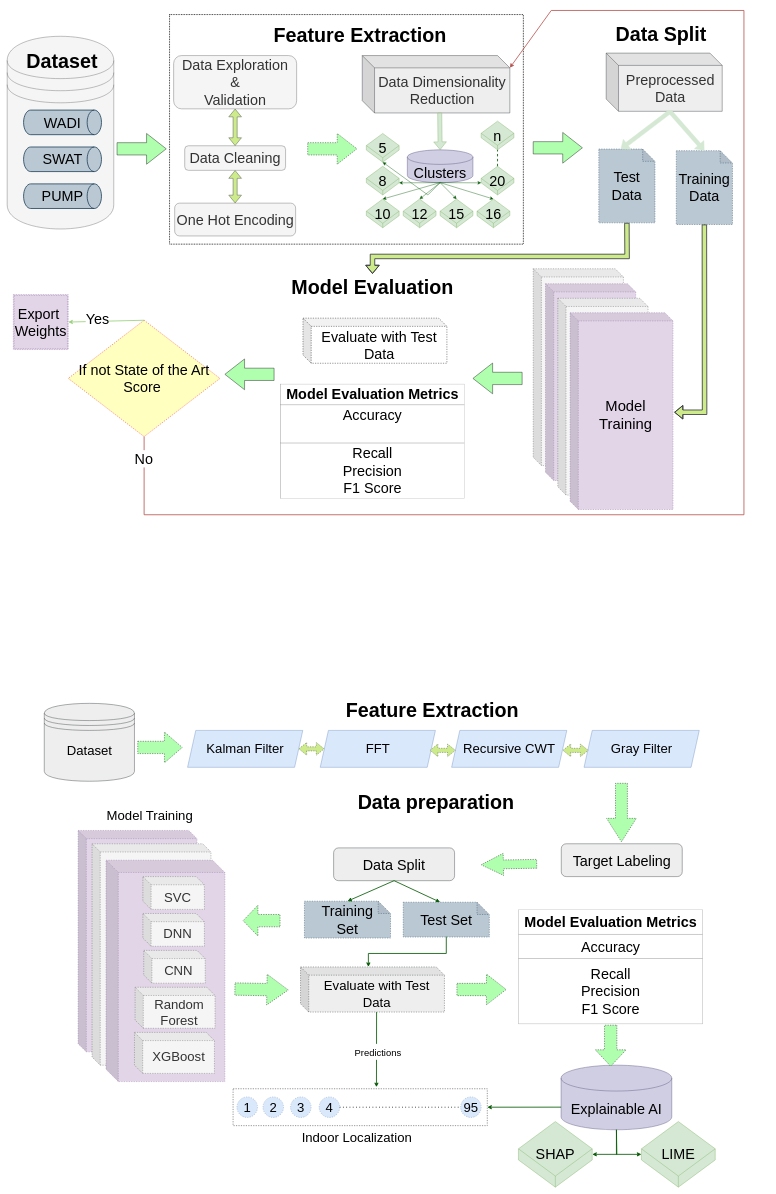
Above: IndoorLocalizationWorkflow.drawio in Sakibapon/IndoorLocalaization (draw.io), before the change. Source tidied: cells renumbered, new cells numbered last; positions are measured from the earlier drawing's top-left corner, leaving out a move shared by most shapes. Both pictures are drawn from the tidied source at 41%, with x=0, y=0 at pixel (7, 10).
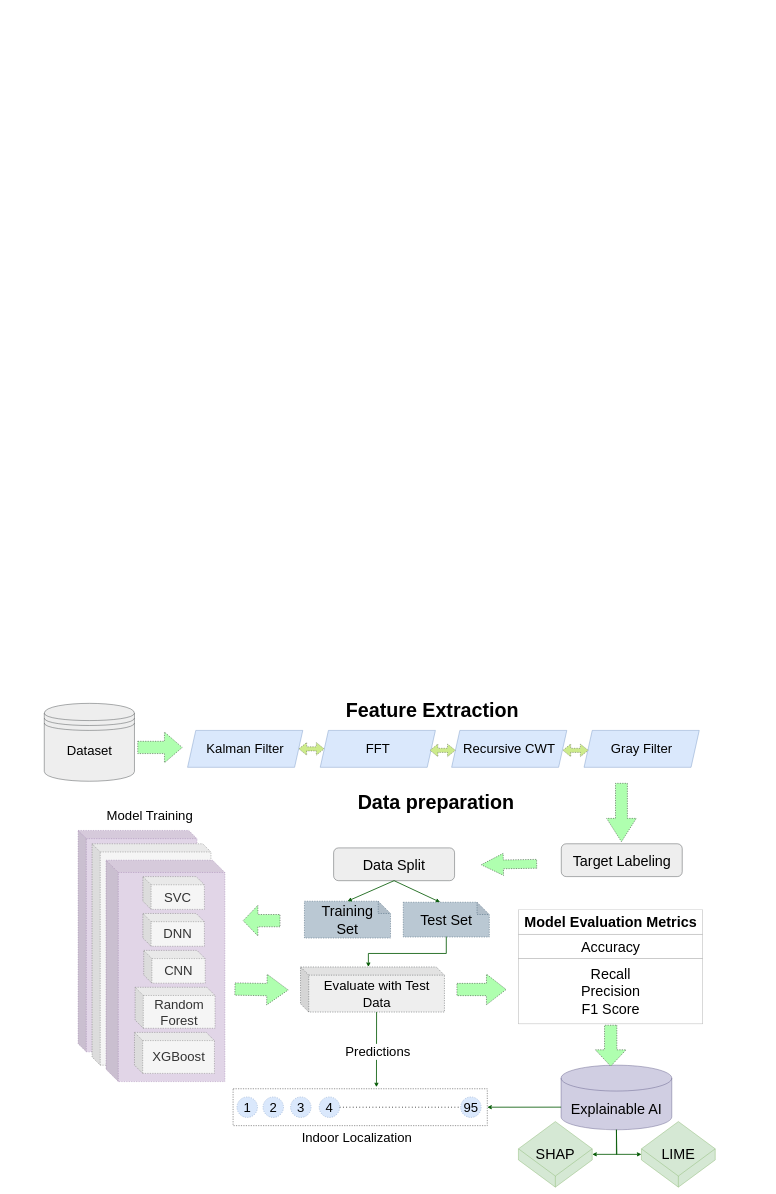
After the change.

The change refers to these unchanged cells:
```xml
<mxCell id="109" style="endArrow=classic;html=1;rounded=0;fontSize=32;exitX=0;exitY=0;exitDx=185.5;exitDy=110;fillColor=#008a00;strokeColor=#005700;strokeWidth=2;entryX=0.564;entryY=-0.044;entryDx=0;entryDy=0;entryPerimeter=0;exitPerimeter=0;" parent="1" edge="1" source="87" target="91">
  <mxGeometry relative="1" as="geometry" />
</mxCell>
```

The edit, as a diff of the source:
```diff
@@
-    <mxCell id="4" style="rounded=0;whiteSpace=wrap;html=1;fontSize=35;dashed=1;dashPattern=1 1;strokeWidth=2;" parent="1" vertex="1">
-      <mxGeometry x="396" y="10" width="863" height="560" as="geometry" />
-    </mxCell>
-    <mxCell id="5" style="shape=datastore;whiteSpace=wrap;html=1;labelPosition=center;verticalLabelPosition=bottom;align=center;verticalAlign=top;fontSize=35;fillColor=#f5f5f5;strokeColor=#666666;fontColor=#333333;" parent="1" vertex="1">
-      <mxGeometry y="63" width="260" height="470" as="geometry" />
-    </mxCell>
-    <mxCell id="6" value="&lt;font&gt;&lt;span style=&quot;font-size: 48px&quot;&gt;Dataset&lt;/span&gt;&lt;br&gt;&lt;/font&gt;" style="html=1;overflow=block;blockSpacing=1;whiteSpace=wrap;whiteSpace=wrap;fontSize=30;fontColor=default;fontStyle=1;spacing=3.8;strokeOpacity=0;fillOpacity=0;rounded=1;absoluteArcSize=1;arcSize=9;fillColor=default;strokeWidth=2.3;shadow=1;strokeColor=default;" parent="1" vertex="1">
-      <mxGeometry x="8" y="93" width="252" height="60" as="geometry" />
-    </mxCell>
-    <mxCell id="7" value="&lt;font&gt;&lt;span style=&quot;font-size: 48px&quot;&gt;Feature Extraction&lt;/span&gt;&lt;br&gt;&lt;/font&gt;" style="html=1;overflow=block;blockSpacing=1;whiteSpace=wrap;whiteSpace=wrap;fontSize=30;fontColor=default;fontStyle=1;spacing=3.8;strokeOpacity=0;fillOpacity=0;rounded=1;absoluteArcSize=1;arcSize=9;fillColor=default;strokeWidth=2.3;shadow=1;strokeColor=default;" parent="1" vertex="1">
-      <mxGeometry x="606" y="28" width="510" height="60" as="geometry" />
-    </mxCell>
-    <mxCell id="8" value="PUMP" style="strokeWidth=2;html=1;shape=mxgraph.flowchart.direct_data;whiteSpace=wrap;fontSize=35;fillColor=#bac8d3;strokeColor=#23445d;" parent="1" vertex="1">
-      <mxGeometry x="40" y="423" width="190" height="60" as="geometry" />
-    </mxCell>
-    <mxCell id="9" value="SWAT" style="strokeWidth=2;html=1;shape=mxgraph.flowchart.direct_data;whiteSpace=wrap;fontSize=35;fillColor=#bac8d3;strokeColor=#23445d;" parent="1" vertex="1">
-      <mxGeometry x="40" y="333" width="190" height="60" as="geometry" />
-    </mxCell>
-    <mxCell id="10" value="WADI" style="strokeWidth=2;html=1;shape=mxgraph.flowchart.direct_data;whiteSpace=wrap;fontSize=35;fillColor=#bac8d3;strokeColor=#23445d;" parent="1" vertex="1">
-      <mxGeometry x="40" y="243" width="190" height="60" as="geometry" />
-    </mxCell>
-    <mxCell id="11" value="Data Exploration &lt;br&gt;&amp;amp; &lt;br&gt;Validation" style="rounded=1;whiteSpace=wrap;html=1;fontSize=35;strokeColor=#666666;fillColor=#f5f5f5;fontColor=#333333;" parent="1" vertex="1">
-      <mxGeometry x="406" y="110" width="300" height="130" as="geometry" />
-    </mxCell>
-    <mxCell id="12" value="Data Cleaning" style="rounded=1;whiteSpace=wrap;html=1;fontSize=35;strokeColor=#666666;fillColor=#f5f5f5;fontColor=#333333;" parent="1" vertex="1">
-      <mxGeometry x="433" y="330" width="246" height="60" as="geometry" />
-    </mxCell>
-    <mxCell id="13" style="shape=flexArrow;endArrow=classic;startArrow=classic;html=1;rounded=0;fontSize=35;exitX=0.5;exitY=0;exitDx=0;exitDy=0;fillColor=#cdeb8b;strokeColor=#36393d;" parent="1" edge="1" source="12" target="11">
-      <mxGeometry relative="1" as="geometry" />
-    </mxCell>
-    <mxCell id="14" style="html=1;whiteSpace=wrap;fillColor=#AFFFAF;shape=mxgraph.archimate3.process;fontSize=35;strokeColor=#000000;" parent="1" vertex="1">
-      <mxGeometry x="268" y="300" width="120" height="75" as="geometry" />
-    </mxCell>
-    <mxCell id="15" style="html=1;whiteSpace=wrap;fillColor=#AFFFAF;shape=mxgraph.archimate3.process;fontSize=35;strokeColor=#000000;dashed=1;strokeWidth=1;" parent="1" vertex="1">
-      <mxGeometry x="733" y="300" width="120" height="75" as="geometry" />
-    </mxCell>
-    <mxCell id="16" value="&lt;span style=&quot;color: rgb(51, 51, 51);&quot;&gt;Data Dimensionality Reduction&lt;/span&gt;" style="shape=cube;whiteSpace=wrap;html=1;boundedLbl=1;backgroundOutline=1;darkOpacity=0.05;darkOpacity2=0.1;fontSize=35;strokeColor=#36393d;size=30;fillColor=#eeeeee;" parent="1" vertex="1">
-      <mxGeometry x="866" y="110" width="360" height="140" as="geometry" />
-    </mxCell>
-    <mxCell id="17" style="shape=flexArrow;endArrow=classic;html=1;rounded=0;fontSize=35;fillColor=#d5e8d4;strokeColor=#82b366;entryX=0.5;entryY=0;entryDx=0;entryDy=0;entryPerimeter=0;" parent="1" edge="1" target="20">
-      <mxGeometry relative="1" as="geometry">
-        <mxPoint x="1055" y="250" as="sourcePoint" />
-      </mxGeometry>
-    </mxCell>
-    <mxCell id="18" value="One Hot Encoding" style="rounded=1;whiteSpace=wrap;html=1;fontSize=35;strokeColor=#666666;fillColor=#f5f5f5;fontColor=#333333;" parent="1" vertex="1">
-      <mxGeometry x="408.5" y="470" width="295" height="80" as="geometry" />
-    </mxCell>
-    <mxCell id="19" style="shape=flexArrow;endArrow=classic;startArrow=classic;html=1;rounded=0;fontSize=35;fillColor=#cdeb8b;strokeColor=#36393d;entryX=0.5;entryY=1;entryDx=0;entryDy=0;" parent="1" edge="1" source="18" target="12">
-      <mxGeometry relative="1" as="geometry" />
-    </mxCell>
-    <mxCell id="20" value="Clusters" style="shape=cylinder3;whiteSpace=wrap;html=1;boundedLbl=1;backgroundOutline=1;size=17.714285714285325;fontSize=35;strokeColor=#56517e;fillColor=#d0cee2;" parent="1" vertex="1">
-      <mxGeometry x="976" y="340" width="160" height="80" as="geometry" />
-    </mxCell>
-    <mxCell id="21" value="5" style="html=1;whiteSpace=wrap;shape=isoCube2;backgroundOutline=1;isoAngle=22.51700680272084;fontSize=35;strokeColor=#82b366;fillColor=#d5e8d4;" parent="1" vertex="1">
-      <mxGeometry x="876" y="300" width="80" height="70" as="geometry" />
-    </mxCell>
-    <mxCell id="22" value="8" style="html=1;whiteSpace=wrap;shape=isoCube2;backgroundOutline=1;isoAngle=22.51700680272084;fontSize=35;strokeColor=#82b366;fillColor=#d5e8d4;" parent="1" vertex="1">
-      <mxGeometry x="876" y="380" width="80" height="70" as="geometry" />
-    </mxCell>
-    <mxCell id="23" value="15" style="html=1;whiteSpace=wrap;shape=isoCube2;backgroundOutline=1;isoAngle=22.51700680272084;fontSize=35;strokeColor=#82b366;fillColor=#d5e8d4;" parent="1" vertex="1">
-      <mxGeometry x="1056" y="460" width="80" height="70" as="geometry" />
-    </mxCell>
-    <mxCell id="24" value="16" style="html=1;whiteSpace=wrap;shape=isoCube2;backgroundOutline=1;isoAngle=22.51700680272084;fontSize=35;strokeColor=#82b366;fillColor=#d5e8d4;" parent="1" vertex="1">
-      <mxGeometry x="1146" y="460" width="80" height="70" as="geometry" />
-    </mxCell>
-    <mxCell id="25" value="10" style="html=1;whiteSpace=wrap;shape=isoCube2;backgroundOutline=1;isoAngle=22.51700680272084;fontSize=35;strokeColor=#82b366;fillColor=#d5e8d4;" parent="1" vertex="1">
-      <mxGeometry x="876" y="460" width="80" height="70" as="geometry" />
-    </mxCell>
-    <mxCell id="26" value="12" style="html=1;whiteSpace=wrap;shape=isoCube2;backgroundOutline=1;isoAngle=22.51700680272084;fontSize=35;strokeColor=#82b366;fillColor=#d5e8d4;" parent="1" vertex="1">
-      <mxGeometry x="966" y="460" width="80" height="70" as="geometry" />
-    </mxCell>
-    <mxCell id="27" value="20" style="html=1;whiteSpace=wrap;shape=isoCube2;backgroundOutline=1;isoAngle=22.51700680272084;fontSize=35;strokeColor=#82b366;fillColor=#d5e8d4;" parent="1" vertex="1">
-      <mxGeometry x="1156" y="380" width="80" height="70" as="geometry" />
-    </mxCell>
-    <mxCell id="28" value="n" style="html=1;whiteSpace=wrap;shape=isoCube2;backgroundOutline=1;isoAngle=22.51700680272084;fontSize=35;strokeColor=#82b366;fillColor=#d5e8d4;" parent="1" vertex="1">
-      <mxGeometry x="1156" y="270" width="80" height="70" as="geometry" />
-    </mxCell>
-    <mxCell id="29" style="endArrow=classic;html=1;rounded=0;fontSize=35;fillColor=#008a00;strokeColor=#005700;entryX=0.5;entryY=0;entryDx=0;entryDy=0;entryPerimeter=0;exitX=0.5;exitY=1;exitDx=0;exitDy=0;exitPerimeter=0;" parent="1" edge="1" source="20" target="23">
-      <mxGeometry relative="1" as="geometry" />
-    </mxCell>
-    <mxCell id="30" style="endArrow=classic;html=1;rounded=0;fontSize=35;fillColor=#008a00;strokeColor=#005700;entryX=0.5;entryY=0;entryDx=0;entryDy=0;entryPerimeter=0;exitX=0.5;exitY=1;exitDx=0;exitDy=0;exitPerimeter=0;" parent="1" edge="1" source="20" target="26">
-      <mxGeometry relative="1" as="geometry" />
-    </mxCell>
-    <mxCell id="31" style="endArrow=classic;html=1;rounded=0;fontSize=35;fillColor=#008a00;strokeColor=#005700;entryX=0.5;entryY=0;entryDx=0;entryDy=0;entryPerimeter=0;exitX=0.5;exitY=1;exitDx=0;exitDy=0;exitPerimeter=0;" parent="1" edge="1" source="20" target="24">
-      <mxGeometry relative="1" as="geometry" />
-    </mxCell>
-    <mxCell id="32" style="endArrow=classic;html=1;rounded=0;fontSize=35;fillColor=#008a00;strokeColor=#005700;entryX=0.5;entryY=0;entryDx=0;entryDy=0;entryPerimeter=0;exitX=0.5;exitY=1;exitDx=0;exitDy=0;exitPerimeter=0;" parent="1" edge="1" source="20" target="25">
-      <mxGeometry relative="1" as="geometry" />
-    </mxCell>
-    <mxCell id="33" style="endArrow=classic;html=1;rounded=0;fontSize=35;fillColor=#008a00;strokeColor=#005700;entryX=0;entryY=0;entryDx=0;entryDy=40.46215938050241;entryPerimeter=0;exitX=0.5;exitY=1;exitDx=0;exitDy=0;exitPerimeter=0;" parent="1" edge="1" source="20" target="27">
-      <mxGeometry relative="1" as="geometry" />
-    </mxCell>
-    <mxCell id="34" style="endArrow=classic;html=1;rounded=0;fontSize=35;fillColor=#008a00;strokeColor=#005700;exitX=0.5;exitY=1;exitDx=0;exitDy=0;exitPerimeter=0;entryX=0;entryY=0;entryDx=80;entryDy=40.46215938050241;entryPerimeter=0;" parent="1" edge="1" source="20" target="22">
-      <mxGeometry relative="1" as="geometry" />
-    </mxCell>
-    <mxCell id="35" style="endArrow=none;dashed=1;html=1;rounded=0;fontSize=35;exitX=0.5;exitY=0;exitDx=0;exitDy=0;exitPerimeter=0;entryX=0.5;entryY=1;entryDx=0;entryDy=0;entryPerimeter=0;strokeWidth=2;fillColor=#008a00;strokeColor=#005700;" parent="1" edge="1" source="27" target="28">
-      <mxGeometry relative="1" as="geometry" />
-    </mxCell>
-    <mxCell id="36" style="endArrow=classic;html=1;rounded=0;fontSize=35;fillColor=#008a00;strokeColor=#005700;entryX=0.5;entryY=1;entryDx=0;entryDy=0;entryPerimeter=0;exitX=0.5;exitY=1;exitDx=0;exitDy=0;exitPerimeter=0;" parent="1" edge="1" source="20" target="21">
-      <mxGeometry relative="1" as="geometry">
-        <Array as="points">
-          <mxPoint x="1026" y="450" />
-        </Array>
-      </mxGeometry>
-    </mxCell>
-    <mxCell id="37" value="&lt;span style=&quot;color: rgb(51, 51, 51);&quot;&gt;Preprocessed Data&lt;/span&gt;" style="shape=cube;whiteSpace=wrap;html=1;boundedLbl=1;backgroundOutline=1;darkOpacity=0.05;darkOpacity2=0.1;fontSize=35;strokeColor=#36393d;size=30;fillColor=#eeeeee;" parent="1" vertex="1">
-      <mxGeometry x="1461" y="104" width="283" height="142" as="geometry" />
-    </mxCell>
-    <mxCell id="38" style="html=1;whiteSpace=wrap;fillColor=#AFFFAF;shape=mxgraph.archimate3.process;fontSize=35;strokeColor=#000000;" parent="1" vertex="1">
-      <mxGeometry x="1283" y="297.5" width="120" height="75" as="geometry" />
-    </mxCell>
-    <mxCell id="39" value="Test Data" style="shape=note;whiteSpace=wrap;html=1;backgroundOutline=1;darkOpacity=0.05;dashed=1;fontSize=35;strokeColor=#23445d;strokeWidth=1;fillColor=#bac8d3;" parent="1" vertex="1">
-      <mxGeometry x="1443" y="338" width="137" height="180" as="geometry" />
-    </mxCell>
-    <mxCell id="40" value="Training&lt;br&gt;Data" style="shape=note;whiteSpace=wrap;html=1;backgroundOutline=1;darkOpacity=0.05;dashed=1;fontSize=35;strokeColor=#23445d;strokeWidth=1;fillColor=#bac8d3;" parent="1" vertex="1">
-      <mxGeometry x="1632" y="342" width="137" height="180" as="geometry" />
-    </mxCell>
-    <mxCell id="41" style="shape=flexArrow;endArrow=classic;html=1;rounded=0;fontSize=35;fillColor=#d5e8d4;strokeColor=#D5E8D4;entryX=0;entryY=0;entryDx=53.5;entryDy=0;entryPerimeter=0;exitX=0;exitY=0;exitDx=156.5;exitDy=142;exitPerimeter=0;" parent="1" edge="1" source="37" target="39">
-      <mxGeometry relative="1" as="geometry" />
-    </mxCell>
-    <mxCell id="42" style="shape=flexArrow;endArrow=classic;html=1;rounded=0;fontSize=35;fillColor=#d5e8d4;strokeColor=#D5E8D4;entryX=0.5;entryY=0;entryDx=0;entryDy=0;entryPerimeter=0;" parent="1" edge="1" target="40">
-      <mxGeometry relative="1" as="geometry">
-        <mxPoint x="1616" y="246" as="sourcePoint" />
-      </mxGeometry>
-    </mxCell>
-    <mxCell id="43" value="&lt;font&gt;&lt;span style=&quot;font-size: 48px&quot;&gt;Data Split&lt;/span&gt;&lt;br&gt;&lt;/font&gt;" style="html=1;overflow=block;blockSpacing=1;whiteSpace=wrap;whiteSpace=wrap;fontSize=30;fontColor=default;fontStyle=1;spacing=3.8;strokeOpacity=0;fillOpacity=0;rounded=1;absoluteArcSize=1;arcSize=9;fillColor=default;strokeWidth=2.3;shadow=1;strokeColor=default;" parent="1" vertex="1">
-      <mxGeometry x="1340" y="25" width="510" height="60" as="geometry" />
-    </mxCell>
-    <mxCell id="44" style="shape=cube;whiteSpace=wrap;html=1;boundedLbl=1;backgroundOutline=1;darkOpacity=0.05;darkOpacity2=0.1;dashed=1;strokeColor=#666666;fillColor=#f5f5f5;fontColor=#333333;" parent="1" vertex="1">
-      <mxGeometry x="1283" y="630" width="220" height="480" as="geometry" />
-    </mxCell>
-    <mxCell id="45" style="shape=cube;whiteSpace=wrap;html=1;boundedLbl=1;backgroundOutline=1;darkOpacity=0.05;darkOpacity2=0.1;dashed=1;strokeColor=#9673a6;fillColor=#e1d5e7;fontColor=default;" parent="1" vertex="1">
-      <mxGeometry x="1313" y="666.5" width="220" height="480" as="geometry" />
-    </mxCell>
-    <mxCell id="46" style="shape=cube;whiteSpace=wrap;html=1;boundedLbl=1;backgroundOutline=1;darkOpacity=0.05;darkOpacity2=0.1;dashed=1;strokeColor=#666666;fillColor=#f5f5f5;fontColor=#333333;" parent="1" vertex="1">
-      <mxGeometry x="1343" y="702" width="220" height="480" as="geometry" />
-    </mxCell>
-    <mxCell id="47" value="&lt;span style=&quot;font-size: 36px&quot;&gt;Model Training&lt;/span&gt;" style="shape=cube;whiteSpace=wrap;html=1;boundedLbl=1;backgroundOutline=1;darkOpacity=0.05;darkOpacity2=0.1;dashed=1;fillColor=#e1d5e7;strokeColor=#9673a6;fontColor=default;" parent="1" vertex="1">
-      <mxGeometry x="1373" y="737.2" width="251" height="480" as="geometry" />
-    </mxCell>
-    <mxCell id="48" style="shape=flexArrow;endArrow=classic;html=1;rounded=0;fontSize=35;strokeColor=#36393d;strokeWidth=2;exitX=0.5;exitY=1;exitDx=0;exitDy=0;exitPerimeter=0;fillColor=#cdeb8b;" parent="1" edge="1" source="40">
-      <mxGeometry relative="1" as="geometry">
-        <mxPoint x="1627" y="980" as="targetPoint" />
-        <Array as="points">
-          <mxPoint x="1701" y="980" />
-        </Array>
-      </mxGeometry>
-    </mxCell>
-    <mxCell id="49" value="&lt;table border=&quot;1&quot; width=&quot;100%&quot; height=&quot;100%&quot; cellpadding=&quot;4&quot; style=&quot;width:100%;height:100%;border-collapse:collapse;&quot;&gt;&lt;tbody&gt;&lt;tr&gt;&lt;th align=&quot;center&quot;&gt;&lt;b&gt;Model Evaluation Metrics&lt;/b&gt;&lt;/th&gt;&lt;/tr&gt;&lt;tr&gt;&lt;td align=&quot;center&quot;&gt;Accuracy&lt;br&gt;&lt;br&gt;&lt;/td&gt;&lt;/tr&gt;&lt;tr&gt;&lt;td align=&quot;center&quot;&gt;Recall&lt;br&gt;Precision&lt;br&gt;F1 Score&lt;br&gt;&lt;/td&gt;&lt;/tr&gt;&lt;/tbody&gt;&lt;/table&gt;" style="text;html=1;strokeColor=none;fillColor=none;overflow=fill;dashed=1;fontSize=35;" parent="1" vertex="1">
-      <mxGeometry x="665.5" y="910.5" width="450" height="280" as="geometry" />
-    </mxCell>
-    <mxCell id="50" value="&lt;font&gt;&lt;span style=&quot;font-size: 48px&quot;&gt;Model Evaluation&lt;/span&gt;&lt;br&gt;&lt;/font&gt;" style="html=1;overflow=block;blockSpacing=1;whiteSpace=wrap;whiteSpace=wrap;fontSize=30;fontColor=default;fontStyle=1;spacing=3.8;strokeOpacity=0;fillOpacity=0;rounded=1;absoluteArcSize=1;arcSize=9;fillColor=default;strokeWidth=2.3;shadow=1;strokeColor=default;" parent="1" vertex="1">
-      <mxGeometry x="636" y="642.5" width="510" height="60" as="geometry" />
-    </mxCell>
-    <mxCell id="51" value="Evaluate with Test Data" style="shape=cube;whiteSpace=wrap;html=1;boundedLbl=1;backgroundOutline=1;darkOpacity=0.05;darkOpacity2=0.1;dashed=1;fontSize=35;strokeColor=#000000;strokeWidth=1;" parent="1" vertex="1">
-      <mxGeometry x="721.5" y="750.5" width="351" height="110" as="geometry" />
-    </mxCell>
-    <mxCell id="52" style="shape=flexArrow;endArrow=classic;html=1;rounded=0;fontSize=35;strokeColor=#36393d;strokeWidth=2;exitX=0.5;exitY=1;exitDx=0;exitDy=0;exitPerimeter=0;entryX=0.5;entryY=0;entryDx=0;entryDy=0;fillColor=#cdeb8b;" parent="1" edge="1" source="39" target="50">
-      <mxGeometry relative="1" as="geometry">
-        <Array as="points">
-          <mxPoint x="1512" y="600" />
-          <mxPoint x="891" y="600" />
-        </Array>
-      </mxGeometry>
-    </mxCell>
-    <mxCell id="53" style="html=1;whiteSpace=wrap;fillColor=#AFFFAF;shape=mxgraph.archimate3.process;fontSize=35;strokeColor=#000000;rotation=-180;" parent="1" vertex="1">
-      <mxGeometry x="531" y="850" width="120" height="75" as="geometry" />
-    </mxCell>
-    <mxCell id="54" style="html=1;whiteSpace=wrap;fillColor=#AFFFAF;shape=mxgraph.archimate3.process;fontSize=35;strokeColor=#000000;rotation=-180;" parent="1" vertex="1">
-      <mxGeometry x="1136" y="860" width="120" height="75" as="geometry" />
-    </mxCell>
-    <mxCell id="55" value="If not State of the Art Score&amp;nbsp;" style="rhombus;whiteSpace=wrap;html=1;fillColor=#ffffc0;strokeColor=#ff0000;dashed=1;fontSize=35;" parent="1" vertex="1">
-      <mxGeometry x="149" y="755.6" width="370" height="283.8" as="geometry" />
-    </mxCell>
-    <mxCell id="56" style="endArrow=classic;html=1;rounded=0;fontSize=35;strokeColor=#b85450;strokeWidth=2;exitX=0.5;exitY=1;exitDx=0;exitDy=0;entryX=0;entryY=0;entryDx=360;entryDy=30;entryPerimeter=0;fillColor=#f8cecc;" parent="1" edge="1" source="55" target="16">
-      <mxGeometry relative="1" as="geometry">
-        <Array as="points">
-          <mxPoint x="334" y="1230" />
-          <mxPoint x="1797" y="1230" />
-          <mxPoint x="1797" />
-          <mxPoint x="1327" />
-        </Array>
-      </mxGeometry>
-    </mxCell>
-    <mxCell id="57" value="No" style="edgeLabel;html=1;align=center;verticalAlign=middle;fontSize=35;" parent="56" vertex="1">
-      <mxGeometry x="-0.97" y="-2" relative="1" as="geometry" />
-    </mxCell>
-    <mxCell id="58" style="endArrow=classic;html=1;rounded=0;fontSize=35;strokeColor=#97D077;strokeWidth=2;exitX=0.5;exitY=0;exitDx=0;exitDy=0;entryX=1;entryY=0.5;entryDx=0;entryDy=0;" parent="1" edge="1" source="55" target="60">
-      <mxGeometry relative="1" as="geometry" />
-    </mxCell>
-    <mxCell id="59" value="Yes" style="edgeLabel;html=1;align=center;verticalAlign=middle;fontSize=35;" parent="58" vertex="1">
-      <mxGeometry x="-0.27" y="5" relative="1" as="geometry">
-        <mxPoint x="-47" y="-10" as="offset" />
-      </mxGeometry>
-    </mxCell>
-    <mxCell id="60" value="Export&amp;nbsp;&lt;br&gt;Weights" style="shape=ext;double=1;whiteSpace=wrap;html=1;dashed=1;fontSize=35;strokeColor=#9673a6;strokeWidth=1;fillColor=#e1d5e7;" parent="1" vertex="1">
-      <mxGeometry x="15" y="693" width="134" height="134" as="geometry" />
-    </mxCell>
@@
-    <mxCell id="110" value="&lt;font style=&quot;font-size: 23px;&quot;&gt;Predictions&lt;/font&gt;" style="edgeLabel;html=1;align=center;verticalAlign=middle;fontSize=32;" parent="109" vertex="1">
+    <mxCell id="110" value="Predictions" style="edgeLabel;html=1;align=center;verticalAlign=middle;fontSize=32;" parent="109" vertex="1">
       <mxGeometry x="-0.23" y="-1" relative="1" as="geometry">
         <mxPoint x="4" y="26" as="offset" />
       </mxGeometry>
     </mxCell>
```
